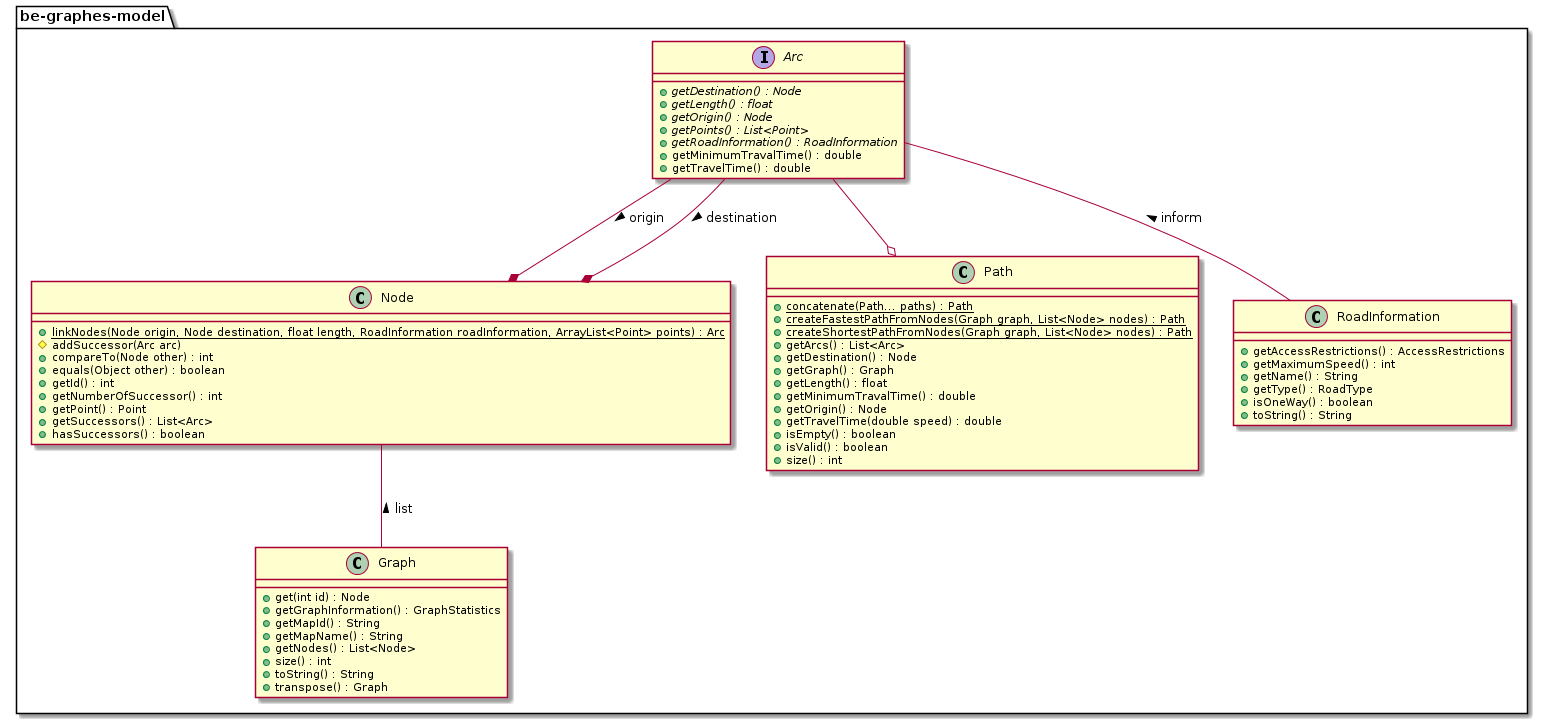
Earlier version of the PlantUML export uml/model_uml.png (arc-hugo/BE-Graphes).
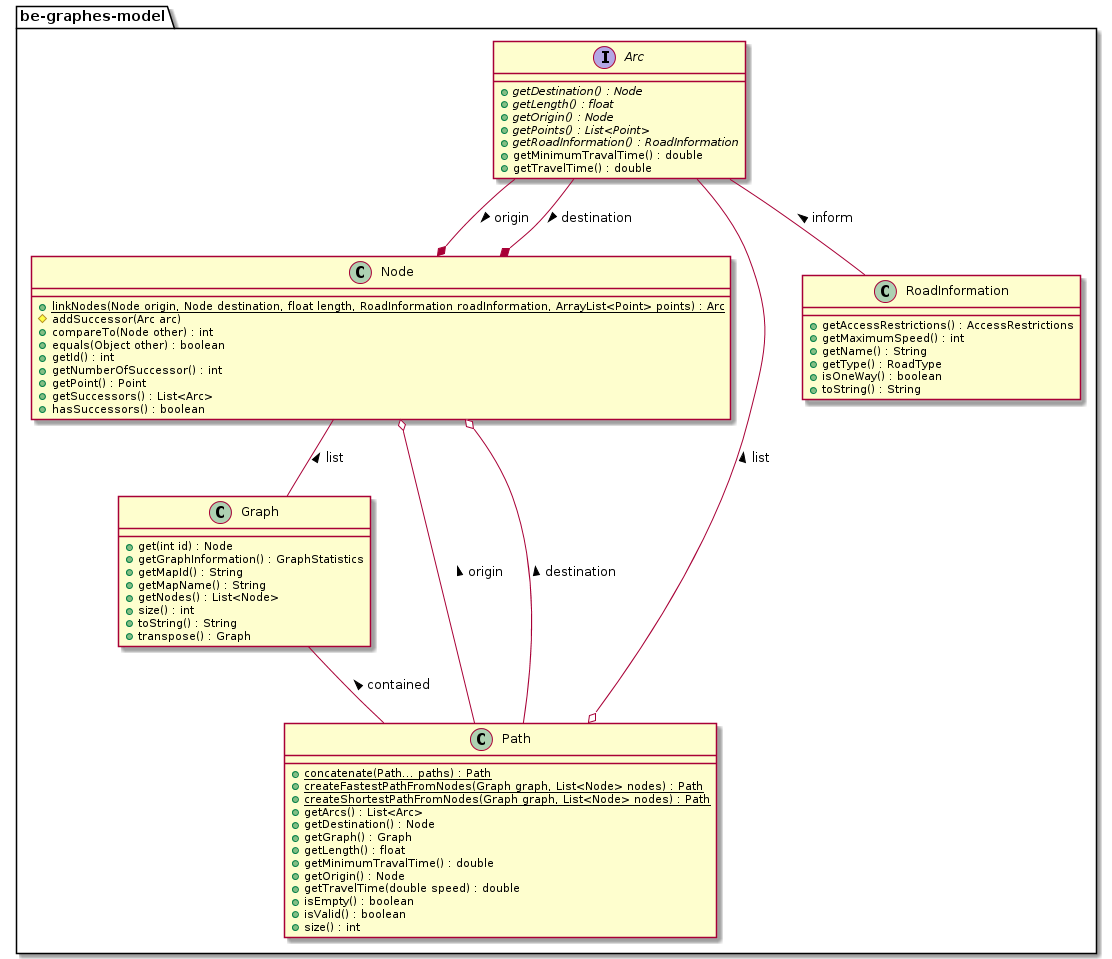
The same file after the commit.

Commit message:
Correction de l'UML du package be-graphes-model

Diff of the diagram source:
```diff
@@ -53,10 +53,13 @@
       + getMinimumTravalTime() : double
       + getTravelTime() : double
    }
-   Arc --o Path
+   Arc --o Path : list <
    Arc --* Node : origin >
    Arc --* Node : destination >
    Arc -- RoadInformation : inform <
    Node -- Graph : list <
+   Node o-- Path : origin <
+   Node o-- Path : destination <
+   Graph -- Path : contained <
 }
 @enduml
```
